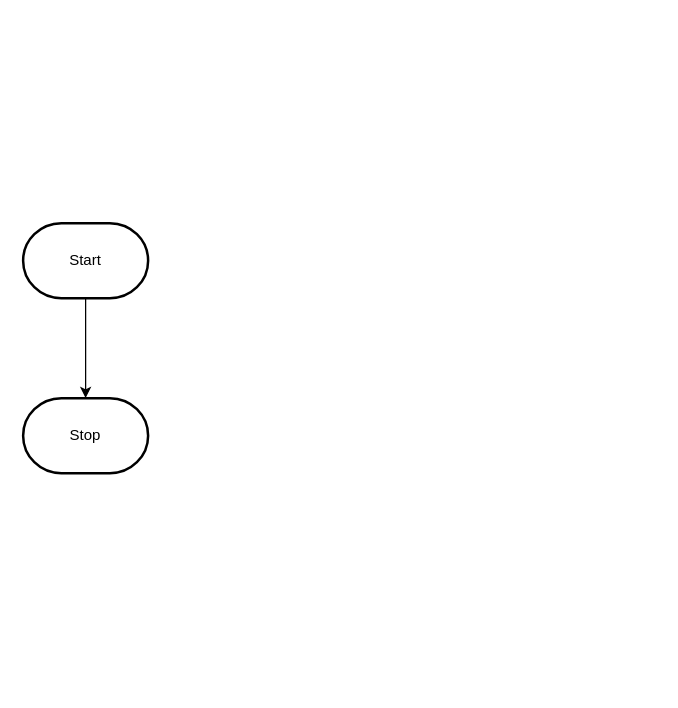
Earlier version of the draw.io diagram design/flowchart.drawio (MTHS-ICS2O-2-2022/ICS2O-Assignment-04-Colton-Grant). Source tidied: cells renumbered, new cells numbered last; positions are measured from the earlier drawing's top-left corner, leaving out a move shared by most shapes. Both pictures are drawn from the tidied source at 125%, with x=0, y=0 at pixel (22, 222).
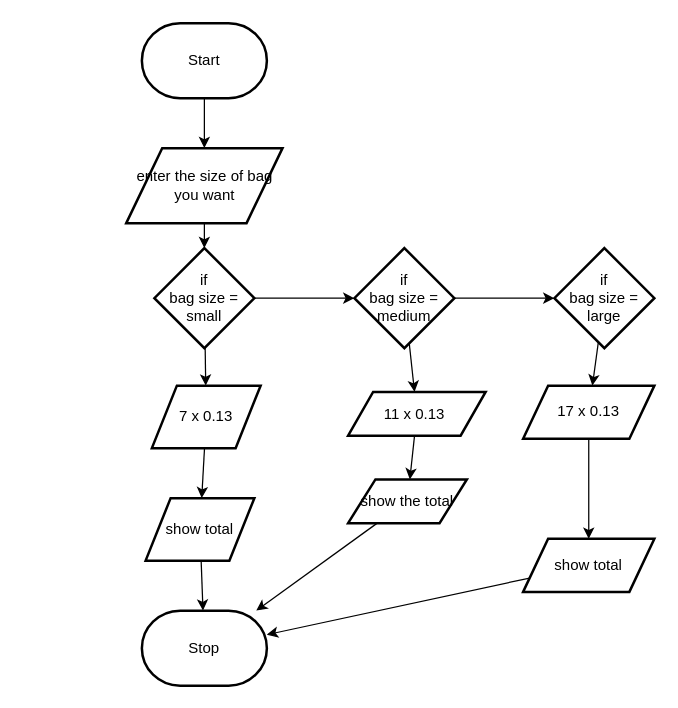
The same diagram, later.

Diff of the diagram source:
```diff
@@
-    <mxCell id="2" style="edgeStyle=orthogonalEdgeStyle;html=1;rounded=0;" parent="1" edge="1" source="3" target="4">
-      <mxGeometry relative="1" as="geometry" />
-    </mxCell>
+    <mxCell id="5" style="edgeStyle=none;html=1;" parent="1" edge="1" source="3" target="2">
+      <mxGeometry relative="1" as="geometry" />
+    </mxCell>
     <mxCell id="3" value="Start" style="strokeWidth=2;html=1;shape=mxgraph.flowchart.terminator;whiteSpace=wrap;" parent="1" vertex="1">
-      <mxGeometry width="100" height="60" as="geometry" />
+      <mxGeometry x="95" y="-160" width="100" height="60" as="geometry" />
     </mxCell>
     <mxCell id="4" value="Stop" style="strokeWidth=2;html=1;shape=mxgraph.flowchart.terminator;whiteSpace=wrap;" parent="1" vertex="1">
-      <mxGeometry y="140" width="100" height="60" as="geometry" />
+      <mxGeometry x="95" y="310" width="100" height="60" as="geometry" />
     </mxCell>
+    <mxCell id="6" style="edgeStyle=none;html=1;" parent="1" edge="1" source="2" target="9">
+      <mxGeometry relative="1" as="geometry" />
+    </mxCell>
+    <mxCell id="2" value="enter the size of bag you want" style="shape=parallelogram;html=1;strokeWidth=2;perimeter=parallelogramPerimeter;whiteSpace=wrap;rounded=0;arcSize=12;size=0.23;" parent="1" vertex="1">
+      <mxGeometry x="82.5" y="-60" width="125" height="60" as="geometry" />
+    </mxCell>
+    <mxCell id="7" style="edgeStyle=none;html=1;" parent="1" edge="1" source="9" target="11">
+      <mxGeometry relative="1" as="geometry" />
+    </mxCell>
+    <mxCell id="8" style="edgeStyle=none;html=1;" parent="1" edge="1" source="9" target="14">
+      <mxGeometry relative="1" as="geometry" />
+    </mxCell>
+    <mxCell id="9" value="if&lt;br&gt;bag size = small" style="rhombus;whiteSpace=wrap;html=1;strokeWidth=2;rounded=0;arcSize=12;" parent="1" vertex="1">
+      <mxGeometry x="105" y="20" width="80" height="80" as="geometry" />
+    </mxCell>
+    <mxCell id="10" style="edgeStyle=none;html=1;" parent="1" edge="1" source="11" target="22">
+      <mxGeometry relative="1" as="geometry" />
+    </mxCell>
+    <mxCell id="11" value="7 x 0.13" style="shape=parallelogram;perimeter=parallelogramPerimeter;whiteSpace=wrap;html=1;fixedSize=1;strokeWidth=2;rounded=0;arcSize=12;" parent="1" vertex="1">
+      <mxGeometry x="103" y="130" width="87" height="50" as="geometry" />
+    </mxCell>
+    <mxCell id="12" style="edgeStyle=none;html=1;" parent="1" edge="1" source="14" target="16">
+      <mxGeometry relative="1" as="geometry" />
+    </mxCell>
+    <mxCell id="13" style="edgeStyle=none;html=1;" parent="1" edge="1" source="14" target="18">
+      <mxGeometry relative="1" as="geometry" />
+    </mxCell>
+    <mxCell id="14" value="if&lt;br&gt;bag size = medium" style="rhombus;whiteSpace=wrap;html=1;strokeWidth=2;rounded=0;arcSize=12;" parent="1" vertex="1">
+      <mxGeometry x="265" y="20" width="80" height="80" as="geometry" />
+    </mxCell>
+    <mxCell id="15" style="edgeStyle=none;html=1;" parent="1" edge="1" source="16" target="24">
+      <mxGeometry relative="1" as="geometry" />
+    </mxCell>
+    <mxCell id="16" value="11 x 0.13&amp;nbsp;" style="shape=parallelogram;perimeter=parallelogramPerimeter;whiteSpace=wrap;html=1;fixedSize=1;strokeWidth=2;rounded=0;arcSize=12;" parent="1" vertex="1">
+      <mxGeometry x="260" y="135" width="110" height="35" as="geometry" />
+    </mxCell>
+    <mxCell id="17" style="edgeStyle=none;html=1;" parent="1" edge="1" source="18" target="20">
+      <mxGeometry relative="1" as="geometry" />
+    </mxCell>
+    <mxCell id="18" value="if&lt;br&gt;bag size = large" style="rhombus;whiteSpace=wrap;html=1;strokeWidth=2;rounded=0;arcSize=12;" parent="1" vertex="1">
+      <mxGeometry x="425" y="20" width="80" height="80" as="geometry" />
+    </mxCell>
+    <mxCell id="19" style="edgeStyle=none;html=1;" parent="1" edge="1" source="20" target="26">
+      <mxGeometry relative="1" as="geometry" />
+    </mxCell>
+    <mxCell id="20" value="17 x 0.13" style="shape=parallelogram;perimeter=parallelogramPerimeter;whiteSpace=wrap;html=1;fixedSize=1;strokeWidth=2;rounded=0;arcSize=12;" parent="1" vertex="1">
+      <mxGeometry x="400" y="130" width="105" height="42.5" as="geometry" />
+    </mxCell>
+    <mxCell id="21" style="edgeStyle=none;html=1;" parent="1" edge="1" source="22" target="4">
+      <mxGeometry relative="1" as="geometry" />
+    </mxCell>
+    <mxCell id="22" value="show total" style="shape=parallelogram;perimeter=parallelogramPerimeter;whiteSpace=wrap;html=1;fixedSize=1;strokeWidth=2;rounded=0;arcSize=12;" parent="1" vertex="1">
+      <mxGeometry x="98" y="220" width="87" height="50" as="geometry" />
+    </mxCell>
+    <mxCell id="23" style="edgeStyle=none;html=1;" parent="1" edge="1" source="24" target="4">
+      <mxGeometry relative="1" as="geometry" />
+    </mxCell>
+    <mxCell id="24" value="show the total" style="shape=parallelogram;html=1;strokeWidth=2;perimeter=parallelogramPerimeter;whiteSpace=wrap;rounded=0;arcSize=12;size=0.23;" parent="1" vertex="1">
+      <mxGeometry x="260" y="205" width="95" height="35" as="geometry" />
+    </mxCell>
+    <mxCell id="25" style="edgeStyle=none;html=1;" parent="1" edge="1" source="26" target="4">
+      <mxGeometry relative="1" as="geometry" />
+    </mxCell>
+    <mxCell id="26" value="show total" style="shape=parallelogram;perimeter=parallelogramPerimeter;whiteSpace=wrap;html=1;fixedSize=1;strokeWidth=2;rounded=0;arcSize=12;" parent="1" vertex="1">
+      <mxGeometry x="400" y="252.5" width="105" height="42.5" as="geometry" />
+    </mxCell>
```
